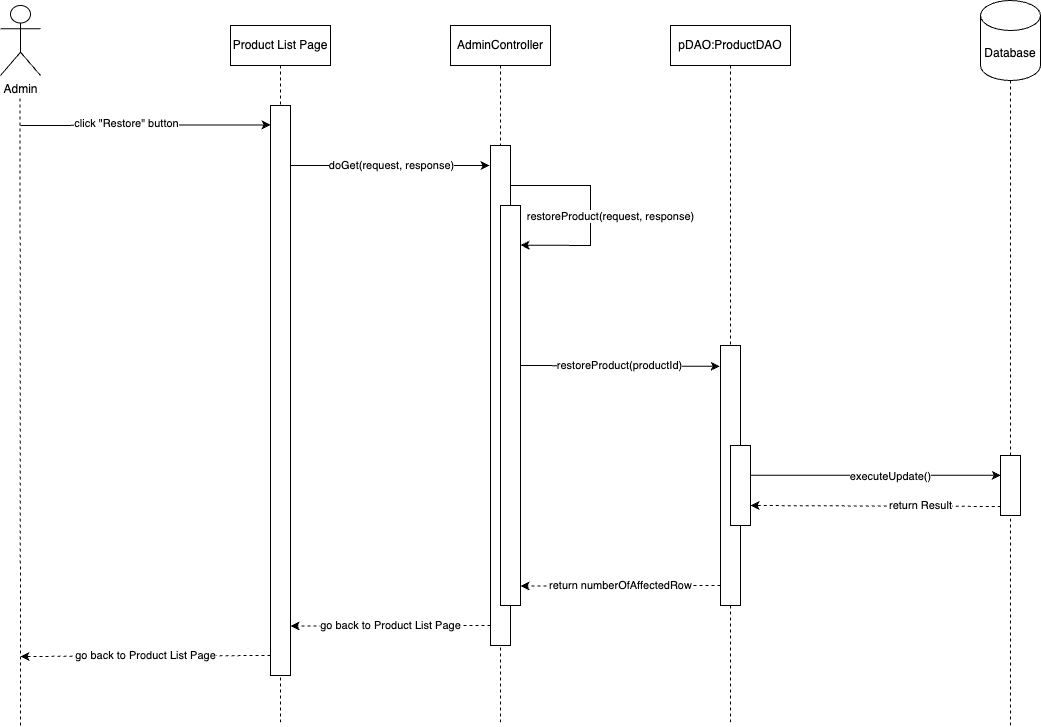
The draw.io diagram document/SDS/25. Restore product/Sequence_Diagram/RestoreProductSequenceDiagram.drawio.png in QuocZuong/perfume-store, before a commit. Source tidied: cells renumbered, new cells last; positions are measured from the earlier drawing's top-left corner, leaving out a move shared by most shapes.
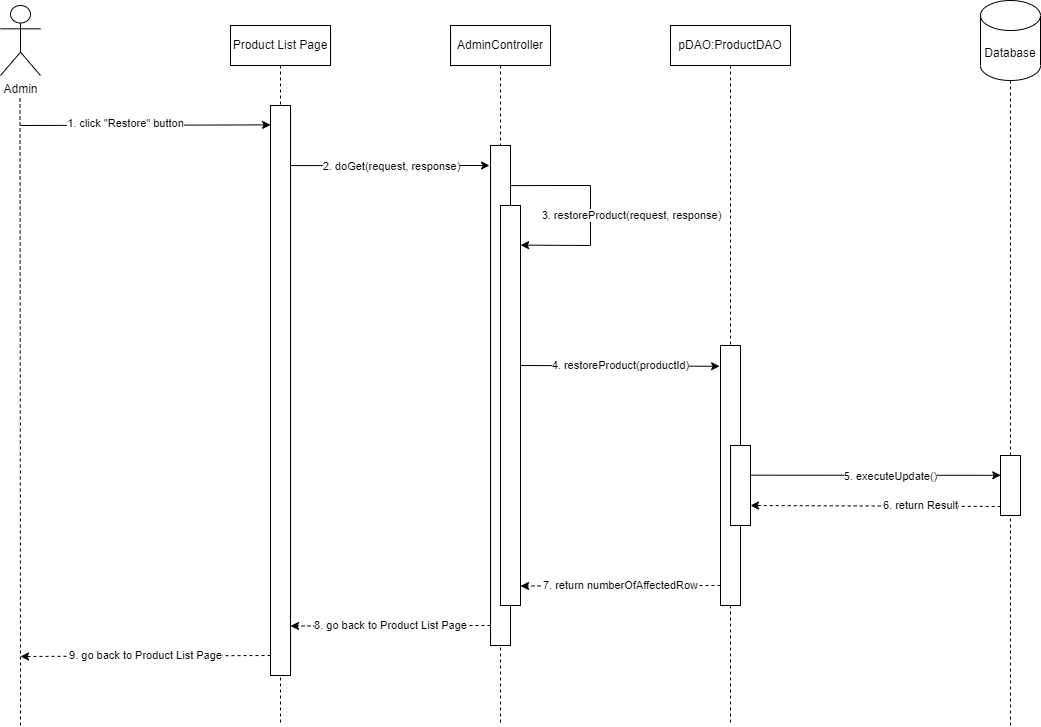
After the commit.

The edit, as a diff of the source:
```diff
@@ -29,7 +29,7 @@
         <mxPoint x="489" y="165" as="targetPoint" />
       </mxGeometry>
     </mxCell>
-    <mxCell id="9" value="doGet(request, response)" style="edgeLabel;html=1;align=center;verticalAlign=middle;" parent="8" vertex="1">
+    <mxCell id="9" value="2. doGet(request, response)" style="edgeLabel;html=1;align=center;verticalAlign=middle;" parent="8" vertex="1">
       <mxGeometry x="0.09" relative="1" as="geometry">
         <mxPoint x="-7" as="offset" />
       </mxGeometry>
@@ -39,7 +39,7 @@
         <mxPoint x="20" y="125" as="sourcePoint" />
       </mxGeometry>
     </mxCell>
-    <mxCell id="11" value="click &quot;Restore&quot; button" style="edgeLabel;html=1;align=center;verticalAlign=middle;" parent="10" vertex="1">
+    <mxCell id="11" value="1. click &quot;Restore&quot; button" style="edgeLabel;html=1;align=center;verticalAlign=middle;" parent="10" vertex="1">
       <mxGeometry x="-0.16" y="2" relative="1" as="geometry" />
     </mxCell>
     <mxCell id="12" style="rounded=0;whiteSpace=wrap;html=1;" parent="1" vertex="1">
@@ -66,12 +66,12 @@
         </Array>
       </mxGeometry>
     </mxCell>
-    <mxCell id="18" value="restoreProduct(request, response)" style="edgeLabel;html=1;align=center;verticalAlign=middle;" parent="17" vertex="1">
+    <mxCell id="18" value="3. restoreProduct(request, response)" style="edgeLabel;html=1;align=center;verticalAlign=middle;" parent="17" vertex="1">
       <mxGeometry x="0.09" relative="1" as="geometry">
-        <mxPoint x="20" y="-4" as="offset" />
+        <mxPoint x="40" y="-4" as="offset" />
       </mxGeometry>
     </mxCell>
-    <mxCell id="19" value="restoreProduct(productId)" style="endArrow=classic;html=1;rounded=0;exitX=1.033;exitY=0.265;exitDx=0;exitDy=0;exitPerimeter=0;entryX=-0.011;entryY=0.194;entryDx=0;entryDy=0;entryPerimeter=0;" parent="1" edge="1">
+    <mxCell id="19" value="4. restoreProduct(productId)" style="endArrow=classic;html=1;rounded=0;exitX=1.033;exitY=0.265;exitDx=0;exitDy=0;exitPerimeter=0;entryX=-0.011;entryY=0.194;entryDx=0;entryDy=0;entryPerimeter=0;" parent="1" edge="1">
       <mxGeometry relative="1" as="geometry">
         <mxPoint x="520" y="365" as="sourcePoint" />
         <mxPoint x="719.1" y="365.8" as="targetPoint" />
@@ -80,25 +80,25 @@
     <mxCell id="20" style="rounded=0;whiteSpace=wrap;html=1;" parent="1" vertex="1">
       <mxGeometry x="730" y="445" width="20" height="80" as="geometry" />
     </mxCell>
-    <mxCell id="21" value="return numberOfAffectedRow" style="endArrow=classic;html=1;rounded=0;dashed=1;exitX=0.005;exitY=0.82;exitDx=0;exitDy=0;exitPerimeter=0;" parent="1" edge="1">
+    <mxCell id="21" value="7. return numberOfAffectedRow" style="endArrow=classic;html=1;rounded=0;dashed=1;exitX=0.005;exitY=0.82;exitDx=0;exitDy=0;exitPerimeter=0;" parent="1" edge="1">
       <mxGeometry relative="1" as="geometry">
         <mxPoint x="720" y="585" as="sourcePoint" />
         <mxPoint x="520" y="585.5" as="targetPoint" />
       </mxGeometry>
     </mxCell>
-    <mxCell id="22" value="go back to Product List Page" style="endArrow=classic;html=1;rounded=0;dashed=1;exitX=0.005;exitY=0.82;exitDx=0;exitDy=0;exitPerimeter=0;" parent="1" edge="1">
+    <mxCell id="22" value="8. go back to Product List Page" style="endArrow=classic;html=1;rounded=0;dashed=1;exitX=0.005;exitY=0.82;exitDx=0;exitDy=0;exitPerimeter=0;" parent="1" edge="1">
       <mxGeometry relative="1" as="geometry">
         <mxPoint x="490" y="625" as="sourcePoint" />
         <mxPoint x="290" y="625.5" as="targetPoint" />
       </mxGeometry>
     </mxCell>
-    <mxCell id="23" value="executeUpdate()" style="endArrow=classic;html=1;rounded=0;exitX=0.984;exitY=0.371;exitDx=0;exitDy=0;exitPerimeter=0;entryX=0.011;entryY=0.33;entryDx=0;entryDy=0;entryPerimeter=0;" parent="1" edge="1" source="20" target="27">
+    <mxCell id="23" value="5. executeUpdate()" style="endArrow=classic;html=1;rounded=0;exitX=0.984;exitY=0.371;exitDx=0;exitDy=0;exitPerimeter=0;entryX=0.011;entryY=0.33;entryDx=0;entryDy=0;entryPerimeter=0;" parent="1" edge="1" source="20" target="27">
       <mxGeometry x="0.12" y="-1" relative="1" as="geometry" />
     </mxCell>
-    <mxCell id="24" value="return Result" style="endArrow=classic;html=1;rounded=0;dashed=1;exitX=0.012;exitY=0.85;exitDx=0;exitDy=0;exitPerimeter=0;entryX=1;entryY=0.75;entryDx=0;entryDy=0;" parent="1" edge="1" source="27" target="20">
+    <mxCell id="24" value="6. return Result" style="endArrow=classic;html=1;rounded=0;dashed=1;exitX=0.012;exitY=0.85;exitDx=0;exitDy=0;exitPerimeter=0;entryX=1;entryY=0.75;entryDx=0;entryDy=0;" parent="1" edge="1" source="27" target="20">
       <mxGeometry x="-0.36" y="-1" relative="1" as="geometry" />
     </mxCell>
-    <mxCell id="25" value="go back to Product List Page" style="endArrow=classic;html=1;rounded=0;dashed=1;exitX=0.005;exitY=0.82;exitDx=0;exitDy=0;exitPerimeter=0;" parent="1" edge="1">
+    <mxCell id="25" value="9. go back to Product List Page" style="endArrow=classic;html=1;rounded=0;dashed=1;exitX=0.005;exitY=0.82;exitDx=0;exitDy=0;exitPerimeter=0;" parent="1" edge="1">
       <mxGeometry relative="1" as="geometry">
         <mxPoint x="270" y="655" as="sourcePoint" />
         <mxPoint x="20" y="656" as="targetPoint" />
```
